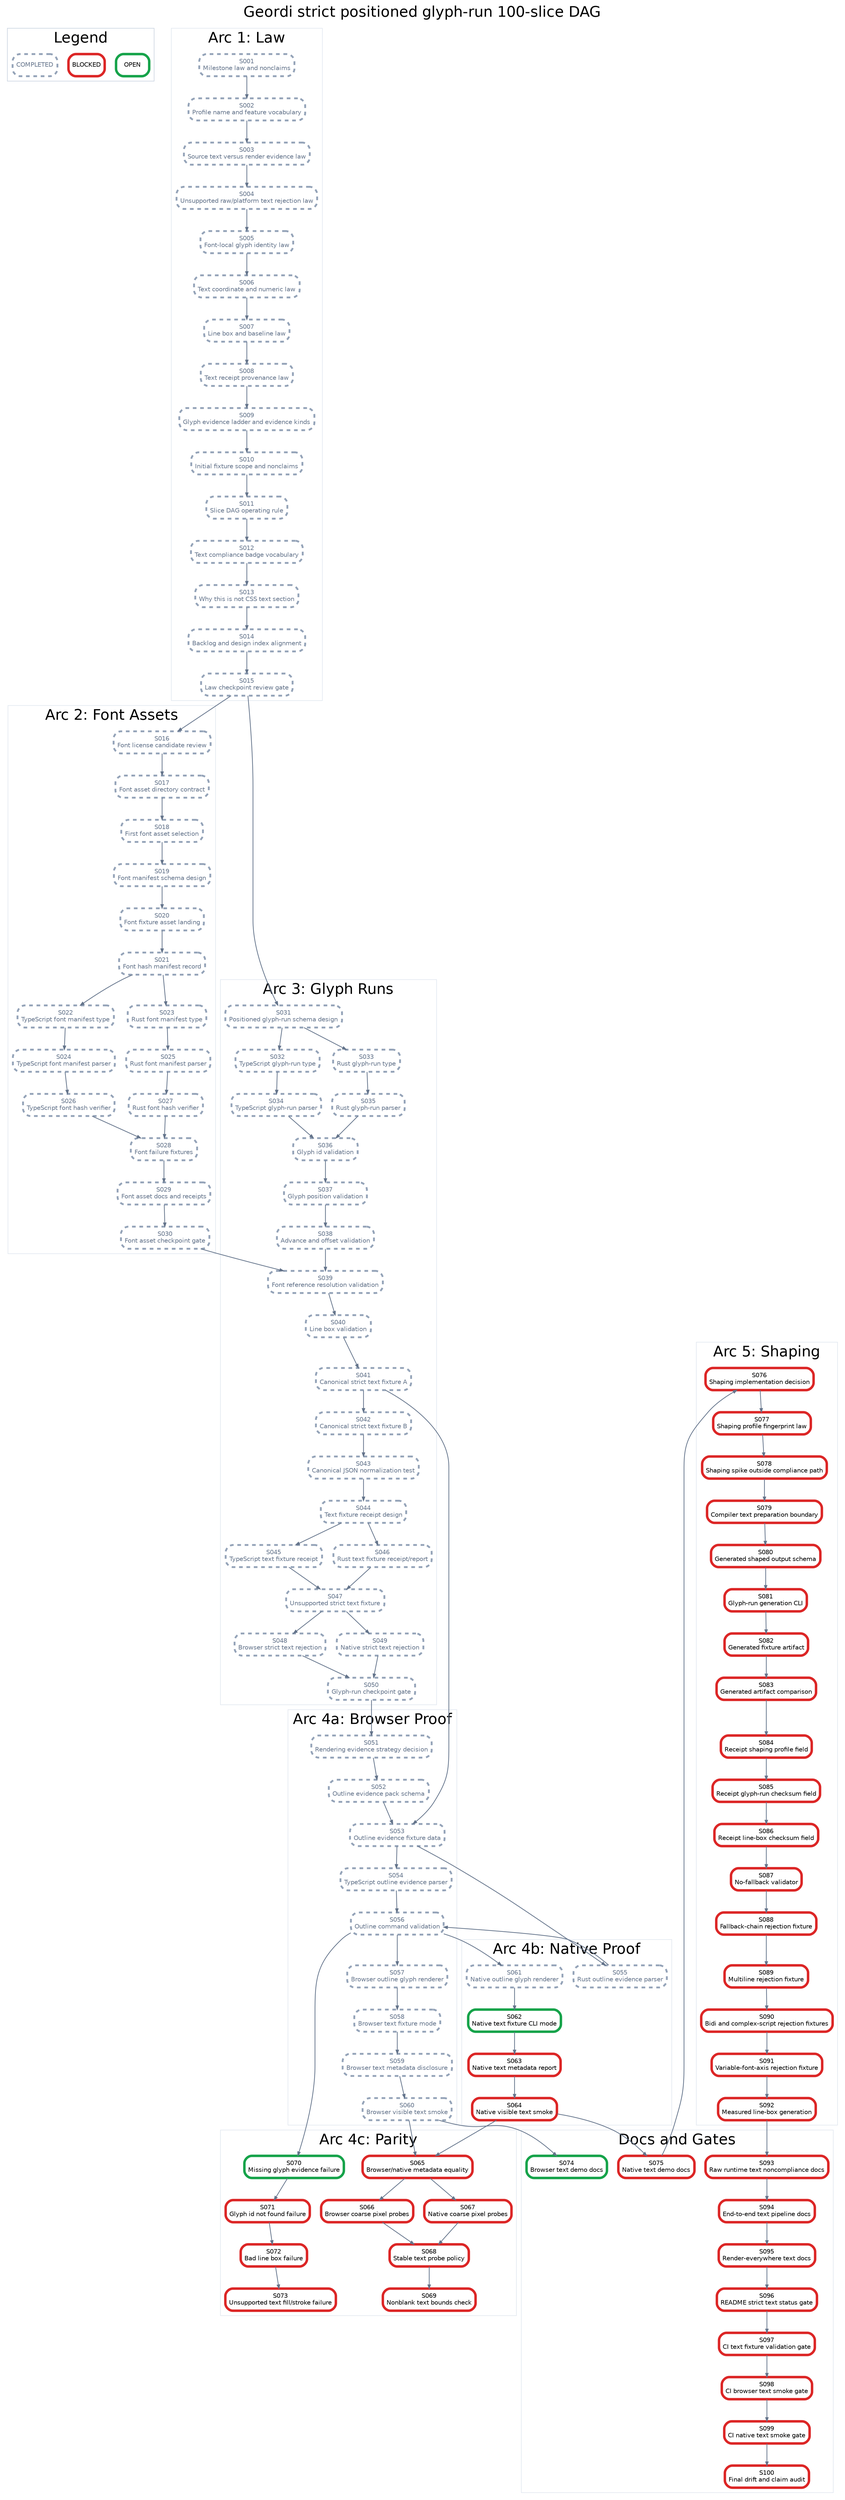
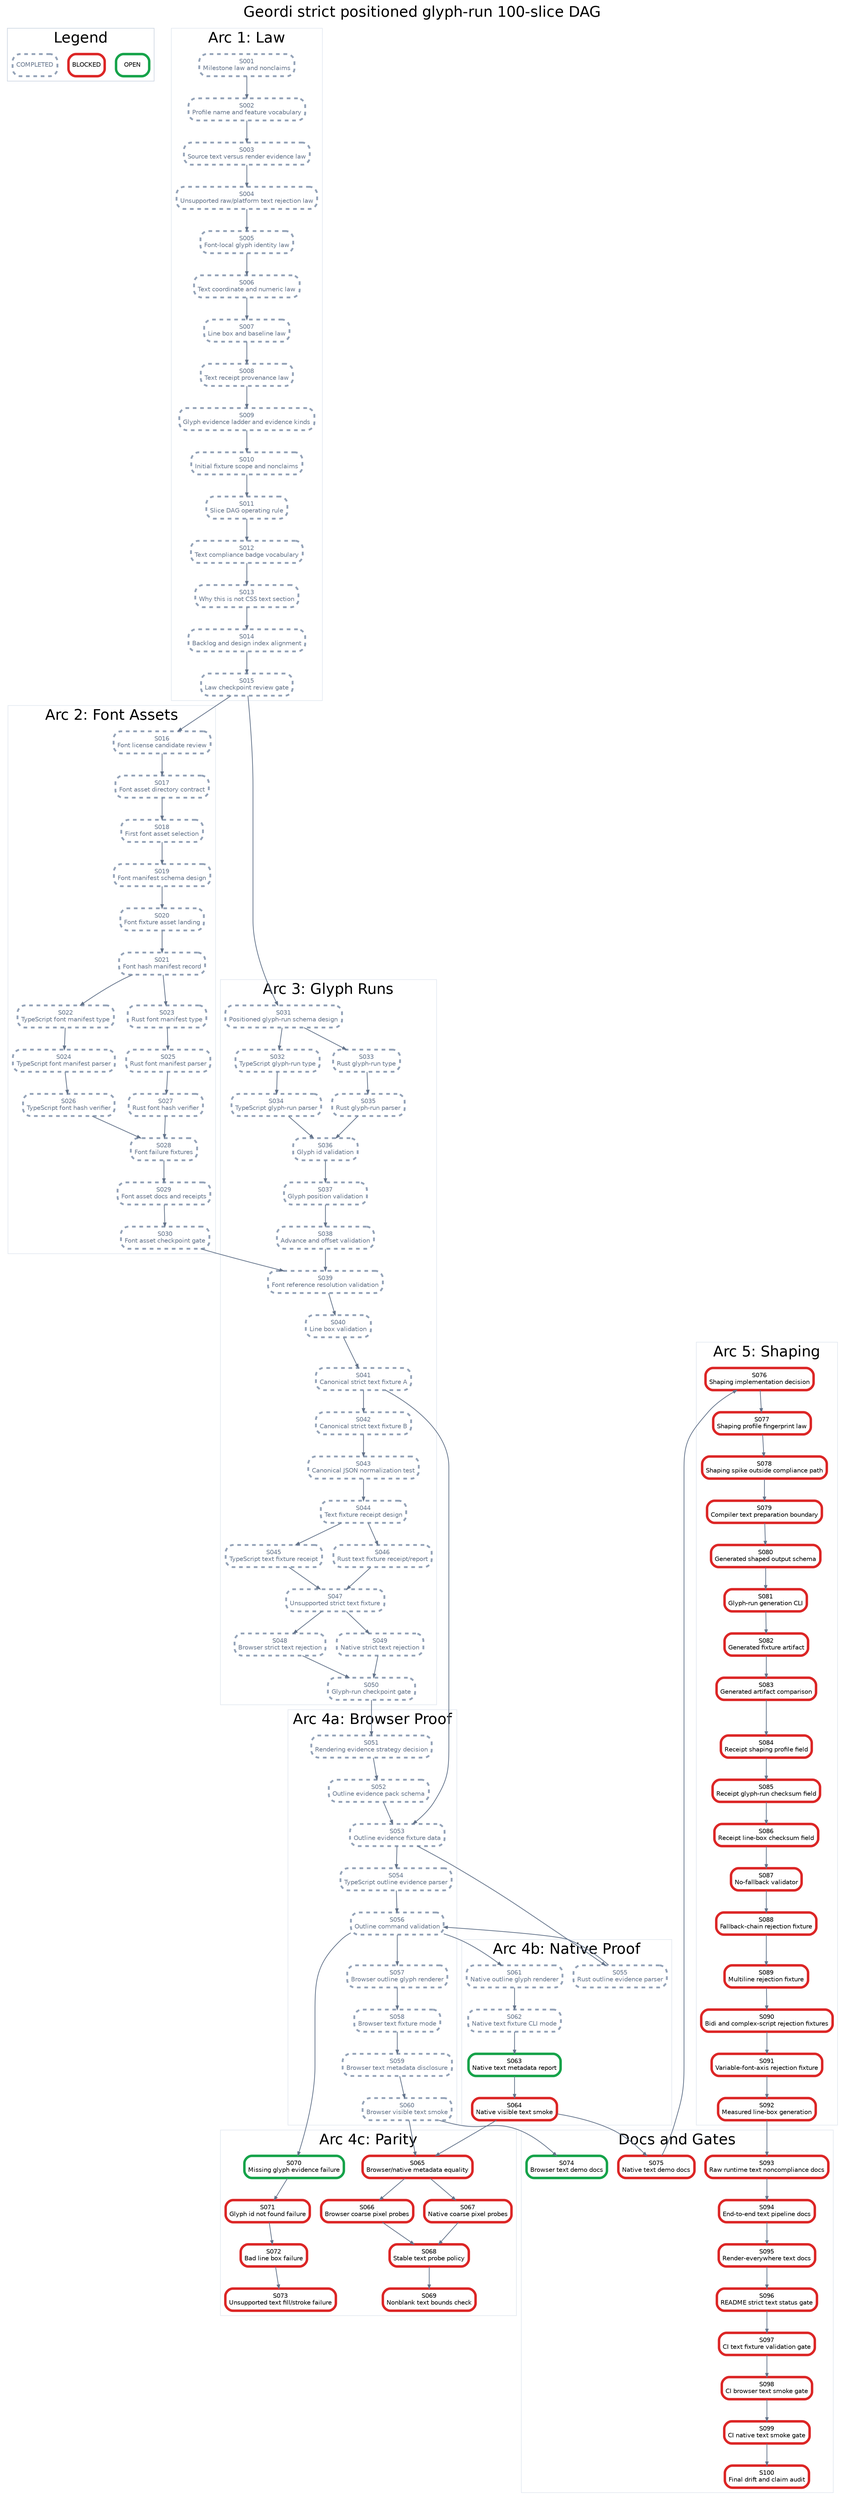
digraph StrictPositionedGlyphRunPlan {
  graph [rankdir=TB, bgcolor="white", fontname="Helvetica", label="Geordi strict positioned glyph-run 100-slice DAG", labelloc="t", fontsize=24];
  node [shape=box, style="rounded,filled", fillcolor="white", fontname="Helvetica", fontsize=10, margin="0.08,0.05"];
  edge [color="#64748b", arrowsize=0.6, penwidth=1.2];

  subgraph cluster_legend {
    label="Legend";
    color="#cbd5e1";
    legend_open [label="OPEN", color="#16a34a", penwidth=4];
    legend_blocked [label="BLOCKED", color="#dc2626", penwidth=4];
    legend_done [label="COMPLETED", color="#94a3b8", penwidth=3, style="rounded,filled,dashed", fontcolor="#64748b"];
  }

  subgraph cluster_law {
    label="Arc 1: Law";
    color="#e2e8f0";
    S001 [label="S001\nMilestone law and nonclaims", color="#94a3b8", penwidth=3, style="rounded,filled,dashed", fontcolor="#64748b"];
    S002 [label="S002\nProfile name and feature vocabulary", color="#94a3b8", penwidth=3, style="rounded,filled,dashed", fontcolor="#64748b"];
    S003 [label="S003\nSource text versus render evidence law", color="#94a3b8", penwidth=3, style="rounded,filled,dashed", fontcolor="#64748b"];
    S004 [label="S004\nUnsupported raw/platform text rejection law", color="#94a3b8", penwidth=3, style="rounded,filled,dashed", fontcolor="#64748b"];
    S005 [label="S005\nFont-local glyph identity law", color="#94a3b8", penwidth=3, style="rounded,filled,dashed", fontcolor="#64748b"];
    S006 [label="S006\nText coordinate and numeric law", color="#94a3b8", penwidth=3, style="rounded,filled,dashed", fontcolor="#64748b"];
    S007 [label="S007\nLine box and baseline law", color="#94a3b8", penwidth=3, style="rounded,filled,dashed", fontcolor="#64748b"];
    S008 [label="S008\nText receipt provenance law", color="#94a3b8", penwidth=3, style="rounded,filled,dashed", fontcolor="#64748b"];
    S009 [label="S009\nGlyph evidence ladder and evidence kinds", color="#94a3b8", penwidth=3, style="rounded,filled,dashed", fontcolor="#64748b"];
    S010 [label="S010\nInitial fixture scope and nonclaims", color="#94a3b8", penwidth=3, style="rounded,filled,dashed", fontcolor="#64748b"];
    S011 [label="S011\nSlice DAG operating rule", color="#94a3b8", penwidth=3, style="rounded,filled,dashed", fontcolor="#64748b"];
    S012 [label="S012\nText compliance badge vocabulary", color="#94a3b8", penwidth=3, style="rounded,filled,dashed", fontcolor="#64748b"];
    S013 [label="S013\nWhy this is not CSS text section", color="#94a3b8", penwidth=3, style="rounded,filled,dashed", fontcolor="#64748b"];
    S014 [label="S014\nBacklog and design index alignment", color="#94a3b8", penwidth=3, style="rounded,filled,dashed", fontcolor="#64748b"];
    S015 [label="S015\nLaw checkpoint review gate", color="#94a3b8", penwidth=3, style="rounded,filled,dashed", fontcolor="#64748b"];
  }

  subgraph cluster_assets {
    label="Arc 2: Font Assets";
    color="#e2e8f0";
    S016 [label="S016\nFont license candidate review", color="#94a3b8", penwidth=3, style="rounded,filled,dashed", fontcolor="#64748b"];
    S017 [label="S017\nFont asset directory contract", color="#94a3b8", penwidth=3, style="rounded,filled,dashed", fontcolor="#64748b"];
    S018 [label="S018\nFirst font asset selection", color="#94a3b8", penwidth=3, style="rounded,filled,dashed", fontcolor="#64748b"];
    S019 [label="S019\nFont manifest schema design", color="#94a3b8", penwidth=3, style="rounded,filled,dashed", fontcolor="#64748b"];
    S020 [label="S020\nFont fixture asset landing", color="#94a3b8", penwidth=3, style="rounded,filled,dashed", fontcolor="#64748b"];
    S021 [label="S021\nFont hash manifest record", color="#94a3b8", penwidth=3, style="rounded,filled,dashed", fontcolor="#64748b"];
    S022 [label="S022\nTypeScript font manifest type", color="#94a3b8", penwidth=3, style="rounded,filled,dashed", fontcolor="#64748b"];
    S023 [label="S023\nRust font manifest type", color="#94a3b8", penwidth=3, style="rounded,filled,dashed", fontcolor="#64748b"];
    S024 [label="S024\nTypeScript font manifest parser", color="#94a3b8", penwidth=3, style="rounded,filled,dashed", fontcolor="#64748b"];
    S025 [label="S025\nRust font manifest parser", color="#94a3b8", penwidth=3, style="rounded,filled,dashed", fontcolor="#64748b"];
    S026 [label="S026\nTypeScript font hash verifier", color="#94a3b8", penwidth=3, style="rounded,filled,dashed", fontcolor="#64748b"];
    S027 [label="S027\nRust font hash verifier", color="#94a3b8", penwidth=3, style="rounded,filled,dashed", fontcolor="#64748b"];
    S028 [label="S028\nFont failure fixtures", color="#94a3b8", penwidth=3, style="rounded,filled,dashed", fontcolor="#64748b"];
    S029 [label="S029\nFont asset docs and receipts", color="#94a3b8", penwidth=3, style="rounded,filled,dashed", fontcolor="#64748b"];
    S030 [label="S030\nFont asset checkpoint gate", color="#94a3b8", penwidth=3, style="rounded,filled,dashed", fontcolor="#64748b"];
  }

  subgraph cluster_glyph {
    label="Arc 3: Glyph Runs";
    color="#e2e8f0";
    S031 [label="S031\nPositioned glyph-run schema design", color="#94a3b8", penwidth=3, style="rounded,filled,dashed", fontcolor="#64748b"];
    S032 [label="S032\nTypeScript glyph-run type", color="#94a3b8", penwidth=3, style="rounded,filled,dashed", fontcolor="#64748b"];
    S033 [label="S033\nRust glyph-run type", color="#94a3b8", penwidth=3, style="rounded,filled,dashed", fontcolor="#64748b"];
    S034 [label="S034\nTypeScript glyph-run parser", color="#94a3b8", penwidth=3, style="rounded,filled,dashed", fontcolor="#64748b"];
    S035 [label="S035\nRust glyph-run parser", color="#94a3b8", penwidth=3, style="rounded,filled,dashed", fontcolor="#64748b"];
    S036 [label="S036\nGlyph id validation", color="#94a3b8", penwidth=3, style="rounded,filled,dashed", fontcolor="#64748b"];
    S037 [label="S037\nGlyph position validation", color="#94a3b8", penwidth=3, style="rounded,filled,dashed", fontcolor="#64748b"];
    S038 [label="S038\nAdvance and offset validation", color="#94a3b8", penwidth=3, style="rounded,filled,dashed", fontcolor="#64748b"];
    S039 [label="S039\nFont reference resolution validation", color="#94a3b8", penwidth=3, style="rounded,filled,dashed", fontcolor="#64748b"];
    S040 [label="S040\nLine box validation", color="#94a3b8", penwidth=3, style="rounded,filled,dashed", fontcolor="#64748b"];
    S041 [label="S041\nCanonical strict text fixture A", color="#94a3b8", penwidth=3, style="rounded,filled,dashed", fontcolor="#64748b"];
    S042 [label="S042\nCanonical strict text fixture B", color="#94a3b8", penwidth=3, style="rounded,filled,dashed", fontcolor="#64748b"];
    S043 [label="S043\nCanonical JSON normalization test", color="#94a3b8", penwidth=3, style="rounded,filled,dashed", fontcolor="#64748b"];
    S044 [label="S044\nText fixture receipt design", color="#94a3b8", penwidth=3, style="rounded,filled,dashed", fontcolor="#64748b"];
    S045 [label="S045\nTypeScript text fixture receipt", color="#94a3b8", penwidth=3, style="rounded,filled,dashed", fontcolor="#64748b"];
    S046 [label="S046\nRust text fixture receipt/report", color="#94a3b8", penwidth=3, style="rounded,filled,dashed", fontcolor="#64748b"];
    S047 [label="S047\nUnsupported strict text fixture", color="#94a3b8", penwidth=3, style="rounded,filled,dashed", fontcolor="#64748b"];
    S048 [label="S048\nBrowser strict text rejection", color="#94a3b8", penwidth=3, style="rounded,filled,dashed", fontcolor="#64748b"];
    S049 [label="S049\nNative strict text rejection", color="#94a3b8", penwidth=3, style="rounded,filled,dashed", fontcolor="#64748b"];
    S050 [label="S050\nGlyph-run checkpoint gate", color="#94a3b8", penwidth=3, style="rounded,filled,dashed", fontcolor="#64748b"];
  }

  subgraph cluster_browser {
    label="Arc 4a: Browser Proof";
    color="#e2e8f0";
    S051 [label="S051\nRendering evidence strategy decision", color="#94a3b8", penwidth=3, style="rounded,filled,dashed", fontcolor="#64748b"];
    S052 [label="S052\nOutline evidence pack schema", color="#94a3b8", penwidth=3, style="rounded,filled,dashed", fontcolor="#64748b"];
    S053 [label="S053\nOutline evidence fixture data", color="#94a3b8", penwidth=3, style="rounded,filled,dashed", fontcolor="#64748b"];
    S054 [label="S054\nTypeScript outline evidence parser", color="#94a3b8", penwidth=3, style="rounded,filled,dashed", fontcolor="#64748b"];
    S056 [label="S056\nOutline command validation", color="#94a3b8", penwidth=3, style="rounded,filled,dashed", fontcolor="#64748b"];
    S057 [label="S057\nBrowser outline glyph renderer", color="#94a3b8", penwidth=3, style="rounded,filled,dashed", fontcolor="#64748b"];
    S058 [label="S058\nBrowser text fixture mode", color="#94a3b8", penwidth=3, style="rounded,filled,dashed", fontcolor="#64748b"];
    S059 [label="S059\nBrowser text metadata disclosure", color="#94a3b8", penwidth=3, style="rounded,filled,dashed", fontcolor="#64748b"];
    S060 [label="S060\nBrowser visible text smoke", color="#94a3b8", penwidth=3, style="rounded,filled,dashed", fontcolor="#64748b"];
  }

  subgraph cluster_native {
    label="Arc 4b: Native Proof";
    color="#e2e8f0";
    S055 [label="S055\nRust outline evidence parser", color="#94a3b8", penwidth=3, style="rounded,filled,dashed", fontcolor="#64748b"];
    S061 [label="S061\nNative outline glyph renderer", color="#94a3b8", penwidth=3, style="rounded,filled,dashed", fontcolor="#64748b"];
-     S062 [label="S062\nNative text fixture CLI mode", color="#16a34a", penwidth=4];
-     S063 [label="S063\nNative text metadata report", color="#dc2626", penwidth=4];
+     S062 [label="S062\nNative text fixture CLI mode", color="#94a3b8", penwidth=3, style="rounded,filled,dashed", fontcolor="#64748b"];
+     S063 [label="S063\nNative text metadata report", color="#16a34a", penwidth=4];
    S064 [label="S064\nNative visible text smoke", color="#dc2626", penwidth=4];
  }

  subgraph cluster_parity {
    label="Arc 4c: Parity";
    color="#e2e8f0";
    S065 [label="S065\nBrowser/native metadata equality", color="#dc2626", penwidth=4];
    S066 [label="S066\nBrowser coarse pixel probes", color="#dc2626", penwidth=4];
    S067 [label="S067\nNative coarse pixel probes", color="#dc2626", penwidth=4];
    S068 [label="S068\nStable text probe policy", color="#dc2626", penwidth=4];
    S069 [label="S069\nNonblank text bounds check", color="#dc2626", penwidth=4];
    S070 [label="S070\nMissing glyph evidence failure", color="#16a34a", penwidth=4];
    S071 [label="S071\nGlyph id not found failure", color="#dc2626", penwidth=4];
    S072 [label="S072\nBad line box failure", color="#dc2626", penwidth=4];
    S073 [label="S073\nUnsupported text fill/stroke failure", color="#dc2626", penwidth=4];
  }

  subgraph cluster_shaping {
    label="Arc 5: Shaping";
    color="#e2e8f0";
    S076 [label="S076\nShaping implementation decision", color="#dc2626", penwidth=4];
    S077 [label="S077\nShaping profile fingerprint law", color="#dc2626", penwidth=4];
    S078 [label="S078\nShaping spike outside compliance path", color="#dc2626", penwidth=4];
    S079 [label="S079\nCompiler text preparation boundary", color="#dc2626", penwidth=4];
    S080 [label="S080\nGenerated shaped output schema", color="#dc2626", penwidth=4];
    S081 [label="S081\nGlyph-run generation CLI", color="#dc2626", penwidth=4];
    S082 [label="S082\nGenerated fixture artifact", color="#dc2626", penwidth=4];
    S083 [label="S083\nGenerated artifact comparison", color="#dc2626", penwidth=4];
    S084 [label="S084\nReceipt shaping profile field", color="#dc2626", penwidth=4];
    S085 [label="S085\nReceipt glyph-run checksum field", color="#dc2626", penwidth=4];
    S086 [label="S086\nReceipt line-box checksum field", color="#dc2626", penwidth=4];
    S087 [label="S087\nNo-fallback validator", color="#dc2626", penwidth=4];
    S088 [label="S088\nFallback-chain rejection fixture", color="#dc2626", penwidth=4];
    S089 [label="S089\nMultiline rejection fixture", color="#dc2626", penwidth=4];
    S090 [label="S090\nBidi and complex-script rejection fixtures", color="#dc2626", penwidth=4];
    S091 [label="S091\nVariable-font-axis rejection fixture", color="#dc2626", penwidth=4];
    S092 [label="S092\nMeasured line-box generation", color="#dc2626", penwidth=4];
  }

  subgraph cluster_docs {
    label="Docs and Gates";
    color="#e2e8f0";
    S074 [label="S074\nBrowser text demo docs", color="#16a34a", penwidth=4];
    S075 [label="S075\nNative text demo docs", color="#dc2626", penwidth=4];
    S093 [label="S093\nRaw runtime text noncompliance docs", color="#dc2626", penwidth=4];
    S094 [label="S094\nEnd-to-end text pipeline docs", color="#dc2626", penwidth=4];
    S095 [label="S095\nRender-everywhere text docs", color="#dc2626", penwidth=4];
    S096 [label="S096\nREADME strict text status gate", color="#dc2626", penwidth=4];
    S097 [label="S097\nCI text fixture validation gate", color="#dc2626", penwidth=4];
    S098 [label="S098\nCI browser text smoke gate", color="#dc2626", penwidth=4];
    S099 [label="S099\nCI native text smoke gate", color="#dc2626", penwidth=4];
    S100 [label="S100\nFinal drift and claim audit", color="#dc2626", penwidth=4];
  }

  S001 -> S002;
  S002 -> S003;
  S003 -> S004;
  S004 -> S005;
  S005 -> S006;
  S006 -> S007;
  S007 -> S008;
  S008 -> S009;
  S009 -> S010;
  S010 -> S011;
  S011 -> S012;
  S012 -> S013;
  S013 -> S014;
  S014 -> S015;
  S015 -> S016;
  S016 -> S017;
  S017 -> S018;
  S018 -> S019;
  S019 -> S020;
  S020 -> S021;
  S021 -> S022;
  S021 -> S023;
  S022 -> S024;
  S023 -> S025;
  S024 -> S026;
  S025 -> S027;
  S026 -> S028;
  S027 -> S028;
  S028 -> S029;
  S029 -> S030;
  S015 -> S031;
  S031 -> S032;
  S031 -> S033;
  S032 -> S034;
  S033 -> S035;
  S034 -> S036;
  S035 -> S036;
  S036 -> S037;
  S037 -> S038;
  S038 -> S039;
  S039 -> S040;
  S030 -> S039;
  S040 -> S041;
  S041 -> S042;
  S042 -> S043;
  S043 -> S044;
  S044 -> S045;
  S044 -> S046;
  S045 -> S047;
  S046 -> S047;
  S047 -> S048;
  S047 -> S049;
  S048 -> S050;
  S049 -> S050;
  S050 -> S051;
  S051 -> S052;
  S052 -> S053;
  S041 -> S053;
  S053 -> S054;
  S053 -> S055;
  S054 -> S056;
  S055 -> S056;
  S056 -> S057;
  S057 -> S058;
  S058 -> S059;
  S059 -> S060;
  S056 -> S061;
  S061 -> S062;
  S062 -> S063;
  S063 -> S064;
  S060 -> S065;
  S064 -> S065;
  S065 -> S066;
  S065 -> S067;
  S066 -> S068;
  S067 -> S068;
  S068 -> S069;
  S056 -> S070;
  S070 -> S071;
  S071 -> S072;
  S072 -> S073;
  S060 -> S074;
  S064 -> S075;
  S075 -> S076;
  S076 -> S077;
  S077 -> S078;
  S078 -> S079;
  S079 -> S080;
  S080 -> S081;
  S081 -> S082;
  S082 -> S083;
  S083 -> S084;
  S084 -> S085;
  S085 -> S086;
  S086 -> S087;
  S087 -> S088;
  S088 -> S089;
  S089 -> S090;
  S090 -> S091;
  S091 -> S092;
  S092 -> S093;
  S093 -> S094;
  S094 -> S095;
  S095 -> S096;
  S096 -> S097;
  S097 -> S098;
  S098 -> S099;
  S099 -> S100;
}
